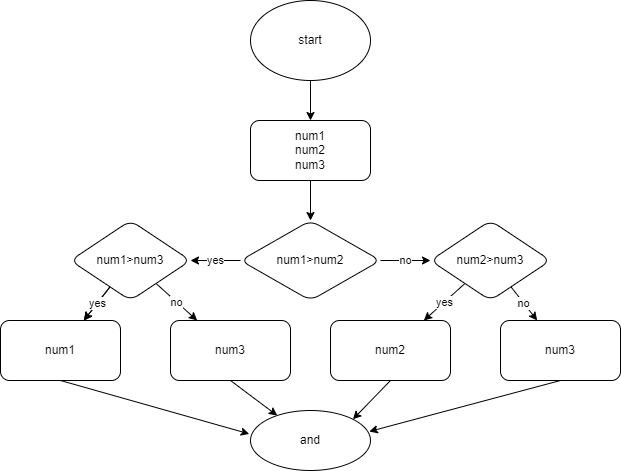
This is task04/d.drawio.png from urbanass/homework, a draw.io export, as it was before one commit. Source tidied: cells renumbered, new cells last; positions are measured from the earlier drawing's top-left corner, leaving out a move shared by most shapes.
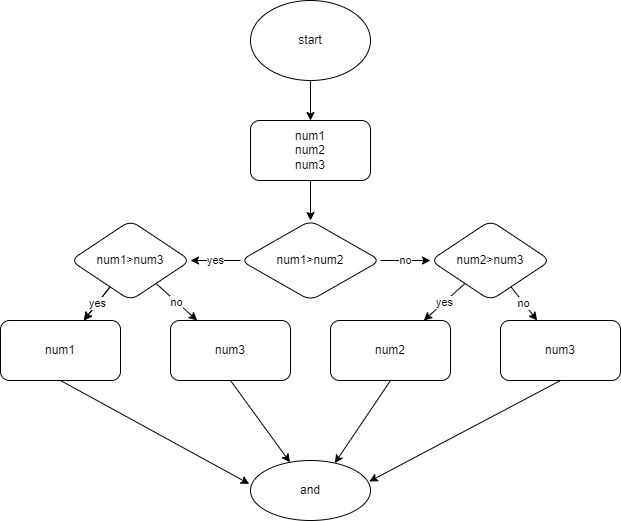
The same file after the commit.

Commit message:
Код для 4 задачи + диаграмма

Diff of the diagram source:
```diff
@@ -56,7 +56,7 @@
     <mxCell id="19" value="num3" style="whiteSpace=wrap;html=1;rounded=1;" parent="1" vertex="1">
       <mxGeometry x="170" y="320" width="120" height="60" as="geometry" />
     </mxCell>
-    <mxCell id="20" style="edgeStyle=none;html=1;exitX=0.5;exitY=1;exitDx=0;exitDy=0;entryX=1;entryY=0;entryDx=0;entryDy=0;" parent="1" edge="1" source="21" target="24">
+    <mxCell id="20" style="edgeStyle=none;html=1;exitX=0.5;exitY=1;exitDx=0;exitDy=0;entryX=0.703;entryY=0.043;entryDx=0;entryDy=0;entryPerimeter=0;" parent="1" edge="1" source="21" target="24">
       <mxGeometry relative="1" as="geometry" />
     </mxCell>
     <mxCell id="21" value="num2" style="whiteSpace=wrap;html=1;rounded=1;" parent="1" vertex="1">
@@ -69,7 +69,7 @@
       <mxGeometry x="500" y="320" width="120" height="60" as="geometry" />
     </mxCell>
     <mxCell id="24" value="and" style="ellipse;whiteSpace=wrap;html=1;rounded=1;" parent="1" vertex="1">
-      <mxGeometry x="250" y="410" width="120" height="60" as="geometry" />
+      <mxGeometry x="250" y="460" width="120" height="60" as="geometry" />
     </mxCell>
   </root>
 </mxGraphModel>
```
